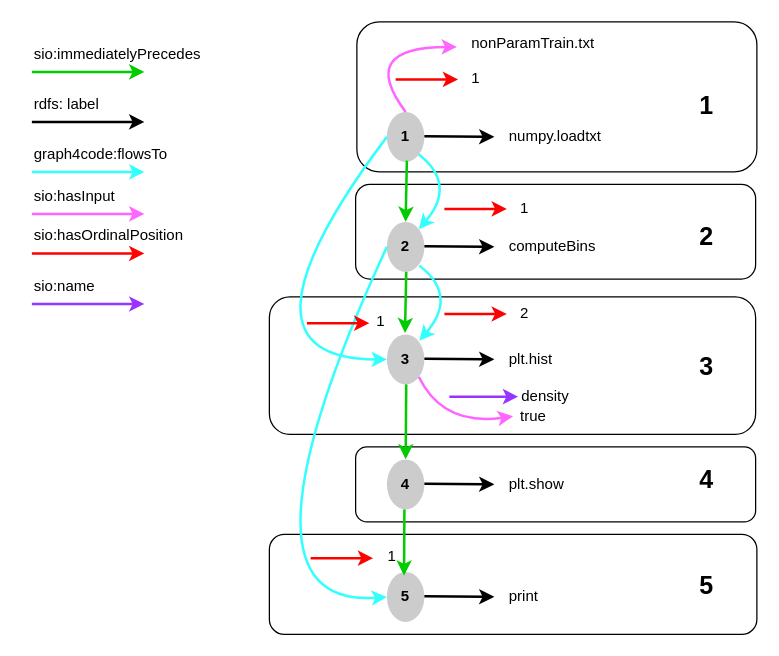
Before: graphgen-proposal/dataflow-graph.drawio in leonchemnitz/ai4ca_sandbox, a draw.io diagram. Source tidied: cells renumbered, new cells numbered last; positions are measured from the earlier drawing's top-left corner, leaving out a move shared by most shapes. Both pictures are drawn from the tidied source at 125%, with x=0, y=0 at pixel (31, 21).
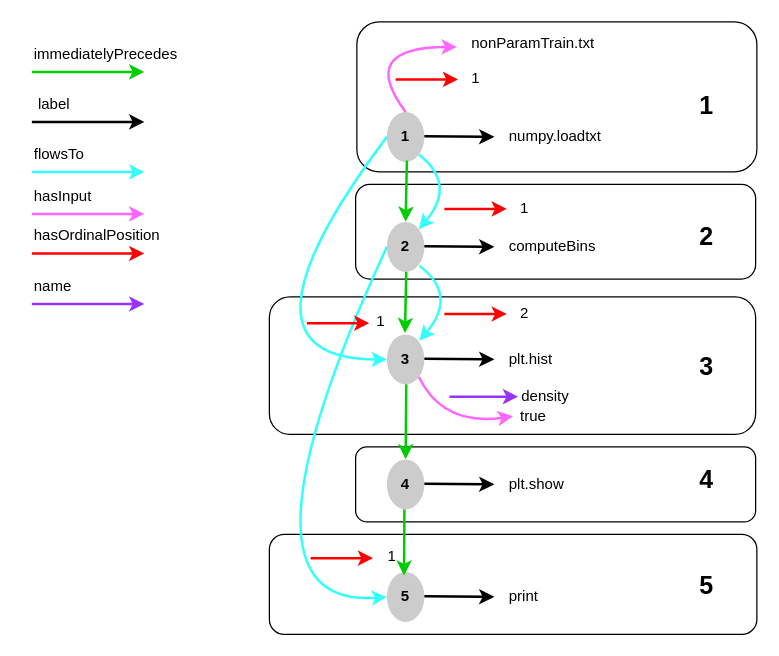
The same page after the edit.

The edit, as a diff of the source:
```diff
@@
-    <mxCell id="8" value="sio:immediatelyPrecedes" style="text;html=1;strokeColor=none;fillColor=none;align=left;verticalAlign=middle;whiteSpace=wrap;rounded=0;" parent="1" vertex="1">
+    <mxCell id="8" value="immediatelyPrecedes" style="text;html=1;strokeColor=none;fillColor=none;align=left;verticalAlign=middle;whiteSpace=wrap;rounded=0;" parent="1" vertex="1">
       <mxGeometry y="20" width="100" height="12" as="geometry" />
     </mxCell>
@@
-    <mxCell id="10" value="rdfs: label" style="text;html=1;strokeColor=none;fillColor=none;align=left;verticalAlign=middle;whiteSpace=wrap;rounded=0;" parent="1" vertex="1">
+    <mxCell id="10" value="&amp;nbsp;label" style="text;html=1;strokeColor=none;fillColor=none;align=left;verticalAlign=middle;whiteSpace=wrap;rounded=0;" parent="1" vertex="1">
       <mxGeometry y="60" width="100" height="12" as="geometry" />
     </mxCell>
@@
-    <mxCell id="12" value="graph4code:flowsTo" style="text;html=1;strokeColor=none;fillColor=none;align=left;verticalAlign=middle;whiteSpace=wrap;rounded=0;" parent="1" vertex="1">
+    <mxCell id="12" value="flowsTo" style="text;html=1;strokeColor=none;fillColor=none;align=left;verticalAlign=middle;whiteSpace=wrap;rounded=0;" parent="1" vertex="1">
       <mxGeometry y="100" width="100" height="12" as="geometry" />
     </mxCell>
@@
-    <mxCell id="25" value="sio:hasInput" style="text;html=1;strokeColor=none;fillColor=none;align=left;verticalAlign=middle;whiteSpace=wrap;rounded=0;" parent="1" vertex="1">
+    <mxCell id="25" value="hasInput" style="text;html=1;strokeColor=none;fillColor=none;align=left;verticalAlign=middle;whiteSpace=wrap;rounded=0;" parent="1" vertex="1">
       <mxGeometry y="133.6" width="100" height="12" as="geometry" />
     </mxCell>
@@
-    <mxCell id="27" value="sio:hasOrdinalPosition" style="text;html=1;strokeColor=none;fillColor=none;align=left;verticalAlign=middle;whiteSpace=wrap;rounded=0;" parent="1" vertex="1">
+    <mxCell id="27" value="hasOrdinalPosition" style="text;html=1;strokeColor=none;fillColor=none;align=left;verticalAlign=middle;whiteSpace=wrap;rounded=0;" parent="1" vertex="1">
       <mxGeometry y="165.3" width="100" height="12" as="geometry" />
     </mxCell>
@@
-    <mxCell id="29" value="sio:name" style="text;html=1;strokeColor=none;fillColor=none;align=left;verticalAlign=middle;whiteSpace=wrap;rounded=0;" parent="1" vertex="1">
+    <mxCell id="29" value="name" style="text;html=1;strokeColor=none;fillColor=none;align=left;verticalAlign=middle;whiteSpace=wrap;rounded=0;" parent="1" vertex="1">
       <mxGeometry y="205.7" width="100" height="12" as="geometry" />
     </mxCell>
```
